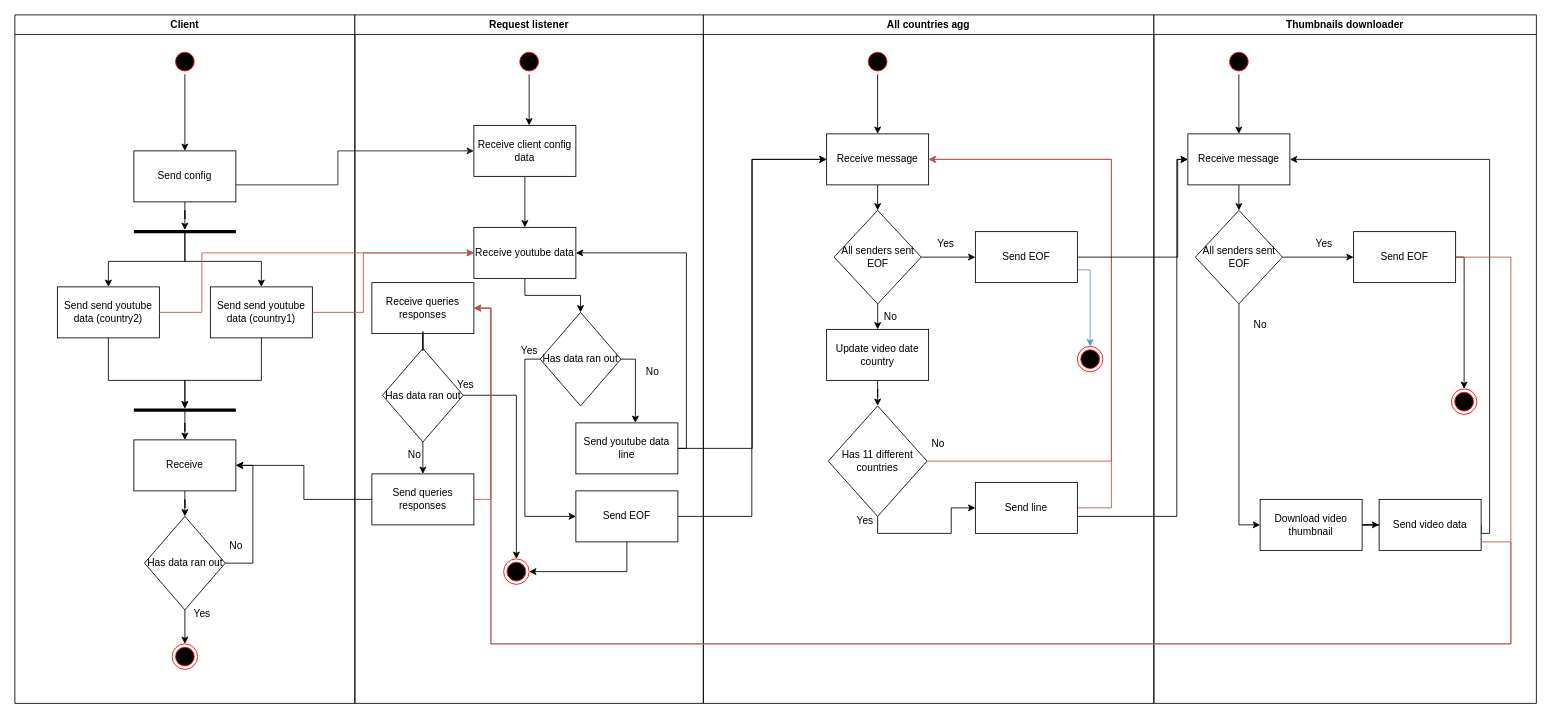
Earlier version of the draw.io diagram imgs/thumbnails_downloader_actividad.drawio (FrancoBar/Distribuidos-Tp2). Source tidied: cells renumbered, new cells numbered last; positions are measured from the earlier drawing's top-left corner, leaving out a move shared by most shapes. Both pictures are drawn from the tidied source at 85%, with x=0, y=0 at pixel (14, 14).
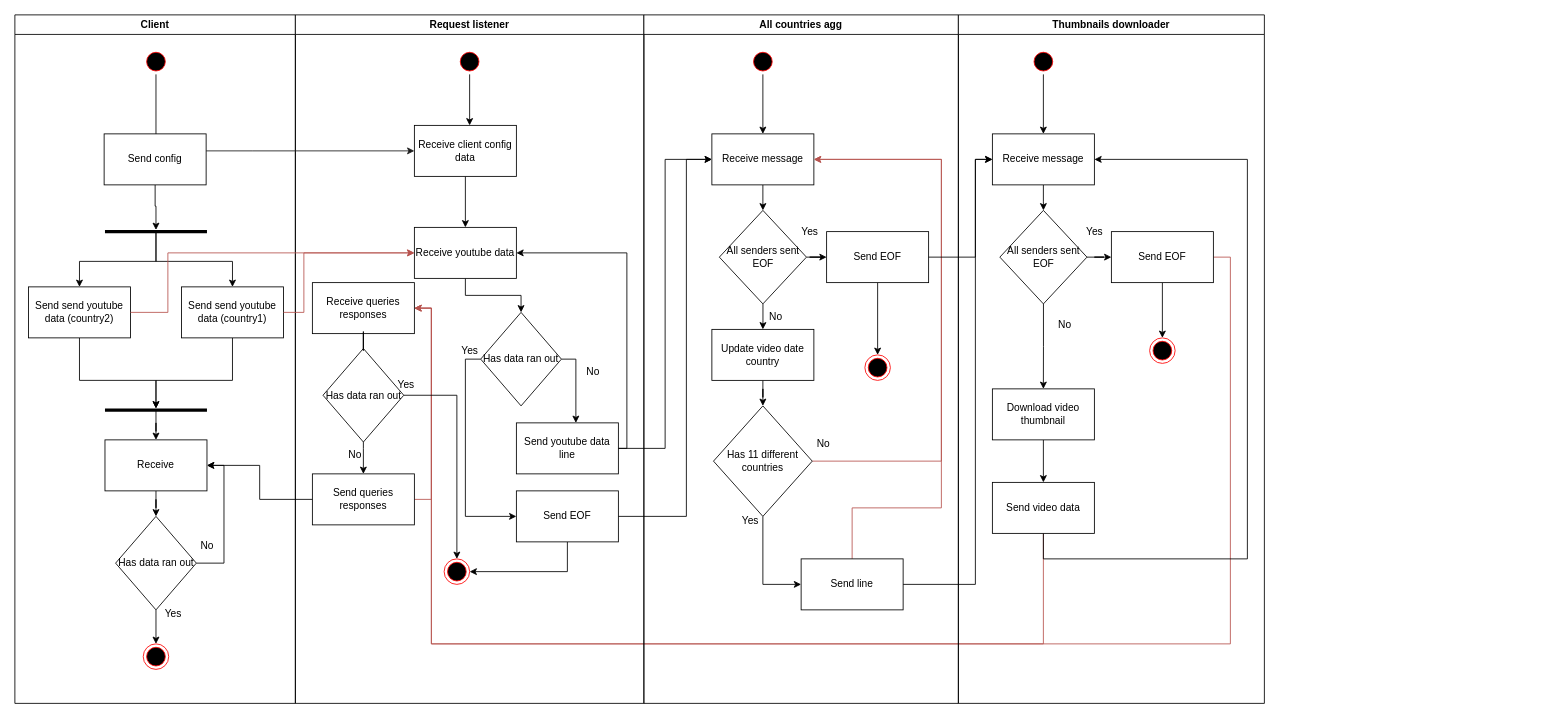
After the change.

Unchanged cells that the change refers to:
```xml
<mxCell id="28" value="Receive client config data" style="rounded=0;whiteSpace=wrap;html=1;" parent="24" vertex="1">
  <mxGeometry x="140" y="130" width="120" height="60" as="geometry" />
</mxCell>
<mxCell id="30" value="Receive youtube data" style="rounded=0;whiteSpace=wrap;html=1;" parent="24" vertex="1">
  <mxGeometry x="140" y="250" width="120" height="60" as="geometry" />
</mxCell>
<mxCell id="31" value="Receive queries responses" style="rounded=0;whiteSpace=wrap;html=1;" parent="24" vertex="1">
  <mxGeometry x="20" y="315" width="120" height="60" as="geometry" />
</mxCell>
<mxCell id="41" value="Send EOF" style="rounded=0;whiteSpace=wrap;html=1;" parent="24" vertex="1">
  <mxGeometry x="260" y="560" width="120" height="60" as="geometry" />
</mxCell>
<mxCell id="78" value="Receive message" style="rounded=0;whiteSpace=wrap;html=1;" parent="74" vertex="1">
  <mxGeometry x="40" y="140" width="120" height="60" as="geometry" />
</mxCell>
<mxCell id="81" value="All senders sent EOF" style="rhombus;whiteSpace=wrap;html=1;" parent="74" vertex="1">
  <mxGeometry x="48.8" y="230" width="102.5" height="110" as="geometry" />
</mxCell>
```

The edit, as a diff of the source:
```diff
@@
+    <mxCell id="92" style="edgeStyle=orthogonalEdgeStyle;rounded=0;jettySize=auto;html=1;entryX=1;entryY=0.5;entryDx=0;entryDy=0;strokeColor=#b85450;fillColor=#f8cecc;" parent="1" edge="1" source="83" target="31">
+      <mxGeometry relative="1" as="geometry">
+        <Array as="points">
+          <mxPoint x="1430" y="285" />
+          <mxPoint x="1430" y="740" />
+          <mxPoint x="490" y="740" />
+          <mxPoint x="490" y="345" />
+        </Array>
+      </mxGeometry>
+    </mxCell>
+    <mxCell id="98" style="edgeStyle=orthogonalEdgeStyle;rounded=0;jettySize=auto;html=1;strokeColor=#b85450;fillColor=#f8cecc;" parent="1" edge="1" source="89">
+      <mxGeometry relative="1" as="geometry">
+        <mxPoint x="470" y="345" as="targetPoint" />
+        <Array as="points">
+          <mxPoint x="1210" y="740" />
+          <mxPoint x="490" y="740" />
+          <mxPoint x="490" y="345" />
+        </Array>
+      </mxGeometry>
+    </mxCell>
     <mxCell id="2" value="Client" style="swimlane;" parent="1" vertex="1">
-      <mxGeometry width="400" height="810" as="geometry" />
+      <mxGeometry width="330" height="810" as="geometry" />
     </mxCell>
     <mxCell id="3" style="edgeStyle=orthogonalEdgeStyle;rounded=0;jettySize=auto;html=1;strokeColor=#000000;entryX=0.5;entryY=0;entryDx=0;entryDy=0;" parent="2" edge="1" source="4" target="13">
       <mxGeometry relative="1" as="geometry">
         <Array as="points">
-          <mxPoint x="200" y="160" />
+          <mxPoint x="166" y="160" />
         </Array>
       </mxGeometry>
     </mxCell>
     <mxCell id="4" style="ellipse;html=1;shape=startState;fillColor=#000000;strokeColor=#ff0000;" parent="2" vertex="1">
-      <mxGeometry x="185" y="40" width="30" height="30" as="geometry" />
+      <mxGeometry x="151" y="40" width="30" height="30" as="geometry" />
     </mxCell>
     <mxCell id="5" style="edgeStyle=orthogonalEdgeStyle;rounded=0;jettySize=auto;html=1;strokeColor=#000000;" parent="2" edge="1" source="6" target="10">
       <mxGeometry relative="1" as="geometry">
         <Array as="points">
-          <mxPoint x="110" y="430" />
-          <mxPoint x="200" y="430" />
+          <mxPoint x="76" y="430" />
+          <mxPoint x="166" y="430" />
         </Array>
       </mxGeometry>
     </mxCell>
     <mxCell id="6" value="Send send youtube data&amp;nbsp;(country2)" style="rounded=0;whiteSpace=wrap;html=1;" parent="2" vertex="1">
-      <mxGeometry x="50" y="320" width="120" height="60" as="geometry" />
+      <mxGeometry x="16" y="320" width="120" height="60" as="geometry" />
     </mxCell>
     <mxCell id="7" style="edgeStyle=orthogonalEdgeStyle;rounded=0;jettySize=auto;html=1;strokeColor=#000000;" parent="2" edge="1" source="8" target="10">
       <mxGeometry relative="1" as="geometry">
         <Array as="points">
-          <mxPoint x="290" y="430" />
-          <mxPoint x="200" y="430" />
+          <mxPoint x="256" y="430" />
+          <mxPoint x="166" y="430" />
         </Array>
       </mxGeometry>
     </mxCell>
     <mxCell id="8" value="Send send youtube data (country1)" style="rounded=0;whiteSpace=wrap;html=1;" parent="2" vertex="1">
-      <mxGeometry x="230" y="320" width="120" height="60" as="geometry" />
+      <mxGeometry x="196" y="320" width="120" height="60" as="geometry" />
     </mxCell>
@@
     <mxCell id="10" style="line;strokeWidth=4;html=1;perimeter=backbonePerimeter;points=[];outlineConnect=0;" parent="2" vertex="1">
-      <mxGeometry x="140" y="460" width="120" height="10" as="geometry" />
+      <mxGeometry x="106" y="460" width="120" height="10" as="geometry" />
     </mxCell>
     <mxCell id="11" style="ellipse;html=1;shape=endState;fillColor=#000000;strokeColor=#ff0000;" parent="2" vertex="1">
-      <mxGeometry x="185" y="740" width="30" height="30" as="geometry" />
+      <mxGeometry x="151" y="740" width="30" height="30" as="geometry" />
     </mxCell>
@@
     <mxCell id="13" value="Send config" style="rounded=0;whiteSpace=wrap;html=1;" parent="2" vertex="1">
-      <mxGeometry x="140" y="160" width="120" height="60" as="geometry" />
+      <mxGeometry x="105" y="140" width="120" height="60" as="geometry" />
     </mxCell>
     <mxCell id="14" style="edgeStyle=orthogonalEdgeStyle;rounded=0;jettySize=auto;html=1;entryX=0.5;entryY=0;entryDx=0;entryDy=0;" parent="2" edge="1" source="16" target="6">
       <mxGeometry relative="1" as="geometry">
         <Array as="points">
-          <mxPoint x="200" y="290" />
-          <mxPoint x="110" y="290" />
+          <mxPoint x="166" y="290" />
+          <mxPoint x="76" y="290" />
         </Array>
       </mxGeometry>
     </mxCell>
@@
     <mxCell id="16" style="line;strokeWidth=4;html=1;perimeter=backbonePerimeter;points=[];outlineConnect=0;" parent="2" vertex="1">
-      <mxGeometry x="140" y="250" width="120" height="10" as="geometry" />
+      <mxGeometry x="106" y="250" width="120" height="10" as="geometry" />
     </mxCell>
@@
     <mxCell id="18" value="Receive" style="rounded=0;whiteSpace=wrap;html=1;" parent="2" vertex="1">
-      <mxGeometry x="140" y="500" width="120" height="60" as="geometry" />
+      <mxGeometry x="106" y="500" width="120" height="60" as="geometry" />
     </mxCell>
@@
     <mxCell id="20" style="edgeStyle=orthogonalEdgeStyle;rounded=0;jettySize=auto;html=1;entryX=1;entryY=0.5;entryDx=0;entryDy=0;strokeColor=#000000;" parent="2" edge="1" source="21" target="18">
       <mxGeometry relative="1" as="geometry">
         <Array as="points">
-          <mxPoint x="280" y="645" />
-          <mxPoint x="280" y="530" />
+          <mxPoint x="246" y="645" />
+          <mxPoint x="246" y="530" />
         </Array>
       </mxGeometry>
     </mxCell>
     <mxCell id="21" value="Has data ran out" style="rhombus;whiteSpace=wrap;html=1;" parent="2" vertex="1">
-      <mxGeometry x="152.5" y="590" width="95" height="110" as="geometry" />
+      <mxGeometry x="118.5" y="590" width="95" height="110" as="geometry" />
     </mxCell>
     <mxCell id="22" value="Yes" style="text;html=1;align=center;verticalAlign=middle;strokeColor=none;fillColor=none;" parent="2" vertex="1">
-      <mxGeometry x="200" y="690" width="40" height="30" as="geometry" />
+      <mxGeometry x="166" y="690" width="40" height="30" as="geometry" />
     </mxCell>
     <mxCell id="23" value="No" style="text;html=1;align=center;verticalAlign=middle;strokeColor=none;fillColor=none;" parent="2" vertex="1">
-      <mxGeometry x="240" y="610" width="40" height="30" as="geometry" />
+      <mxGeometry x="206" y="610" width="40" height="30" as="geometry" />
     </mxCell>
     <mxCell id="24" value="Request listener" style="swimlane;" parent="1" vertex="1">
-      <mxGeometry x="400" width="410" height="810" as="geometry" />
+      <mxGeometry x="330" width="410" height="810" as="geometry" />
     </mxCell>
@@
     <mxCell id="50" style="edgeStyle=orthogonalEdgeStyle;rounded=0;jettySize=auto;html=1;entryX=0;entryY=0.5;entryDx=0;entryDy=0;strokeColor=#1A1A1A;fillColor=#f8cecc;" parent="1" edge="1" source="13" target="28">
       <mxGeometry relative="1" as="geometry">
         <Array as="points">
-          <mxPoint x="380" y="200" />
-          <mxPoint x="380" y="160" />
+          <mxPoint x="280" y="160" />
+          <mxPoint x="280" y="160" />
         </Array>
       </mxGeometry>
     </mxCell>
     <mxCell id="51" style="edgeStyle=orthogonalEdgeStyle;rounded=0;jettySize=auto;html=1;entryX=0;entryY=0.5;entryDx=0;entryDy=0;strokeColor=#b85450;fillColor=#f8cecc;" parent="1" edge="1" source="8" target="30">
       <mxGeometry relative="1" as="geometry">
         <Array as="points">
-          <mxPoint x="410" y="350" />
-          <mxPoint x="410" y="280" />
+          <mxPoint x="340" y="350" />
+          <mxPoint x="340" y="280" />
         </Array>
       </mxGeometry>
     </mxCell>
     <mxCell id="52" value="All countries agg" style="swimlane;" parent="1" vertex="1">
-      <mxGeometry x="810" width="530" height="810" as="geometry" />
+      <mxGeometry x="740" width="370" height="810" as="geometry" />
     </mxCell>
@@
     <mxCell id="54" style="ellipse;html=1;shape=startState;fillColor=#000000;strokeColor=#ff0000;" parent="52" vertex="1">
-      <mxGeometry x="190" y="40" width="30" height="30" as="geometry" />
+      <mxGeometry x="125" y="40" width="30" height="30" as="geometry" />
     </mxCell>
@@
     <mxCell id="56" value="Receive message" style="rounded=0;whiteSpace=wrap;html=1;" parent="52" vertex="1">
-      <mxGeometry x="145" y="140" width="120" height="60" as="geometry" />
+      <mxGeometry x="80" y="140" width="120" height="60" as="geometry" />
     </mxCell>
@@
     <mxCell id="59" value="All senders sent EOF" style="rhombus;whiteSpace=wrap;html=1;" parent="52" vertex="1">
-      <mxGeometry x="153.8" y="230" width="102.5" height="110" as="geometry" />
+      <mxGeometry x="88.8" y="230" width="102.5" height="110" as="geometry" />
     </mxCell>
-    <mxCell id="60" style="edgeStyle=orthogonalEdgeStyle;rounded=0;jettySize=auto;html=1;strokeColor=#6c8ebf;fillColor=#dae8fc;" parent="52" edge="1" source="61" target="70">
-      <mxGeometry relative="1" as="geometry">
-        <Array as="points">
-          <mxPoint x="455" y="300" />
-        </Array>
-      </mxGeometry>
+    <mxCell id="60" style="edgeStyle=orthogonalEdgeStyle;rounded=0;jettySize=auto;html=1;entryX=0.5;entryY=0;entryDx=0;entryDy=0;" parent="52" edge="1" source="61" target="70">
+      <mxGeometry relative="1" as="geometry" />
     </mxCell>
     <mxCell id="61" value="Send EOF" style="rounded=0;whiteSpace=wrap;html=1;" parent="52" vertex="1">
-      <mxGeometry x="320" y="255" width="120" height="60" as="geometry" />
+      <mxGeometry x="215" y="255" width="120" height="60" as="geometry" />
     </mxCell>
     <mxCell id="62" value="Yes" style="text;html=1;align=center;verticalAlign=middle;strokeColor=none;fillColor=none;" parent="52" vertex="1">
-      <mxGeometry x="265" y="255" width="40" height="30" as="geometry" />
+      <mxGeometry x="175" y="240" width="40" height="30" as="geometry" />
     </mxCell>
@@
     <mxCell id="64" style="edgeStyle=orthogonalEdgeStyle;rounded=0;jettySize=auto;html=1;entryX=1;entryY=0.5;entryDx=0;entryDy=0;strokeColor=#b85450;fillColor=#f8cecc;" parent="52" edge="1" source="65" target="56">
       <mxGeometry relative="1" as="geometry">
         <Array as="points">
-          <mxPoint x="480" y="525" />
-          <mxPoint x="480" y="170" />
+          <mxPoint x="350" y="525" />
+          <mxPoint x="350" y="170" />
         </Array>
       </mxGeometry>
     </mxCell>
     <mxCell id="65" value="Has 11 different countries" style="rhombus;whiteSpace=wrap;html=1;" parent="52" vertex="1">
-      <mxGeometry x="146.9" y="460" width="116.2" height="130" as="geometry" />
+      <mxGeometry x="81.9" y="460" width="116.2" height="130" as="geometry" />
     </mxCell>
     <mxCell id="66" value="No" style="text;html=1;align=center;verticalAlign=middle;strokeColor=none;fillColor=none;" parent="52" vertex="1">
-      <mxGeometry x="200" y="340" width="40" height="30" as="geometry" />
+      <mxGeometry x="135" y="340" width="40" height="30" as="geometry" />
     </mxCell>
     <mxCell id="67" style="edgeStyle=orthogonalEdgeStyle;rounded=0;jettySize=auto;html=1;entryX=1;entryY=0.5;entryDx=0;entryDy=0;strokeColor=#b85450;fillColor=#f8cecc;" parent="52" edge="1" source="68" target="56">
       <mxGeometry relative="1" as="geometry">
         <Array as="points">
-          <mxPoint x="480" y="580" />
-          <mxPoint x="480" y="170" />
+          <mxPoint x="245" y="580" />
+          <mxPoint x="350" y="580" />
+          <mxPoint x="350" y="170" />
         </Array>
       </mxGeometry>
     </mxCell>
     <mxCell id="68" value="Send line" style="rounded=0;whiteSpace=wrap;html=1;" parent="52" vertex="1">
-      <mxGeometry x="320" y="550" width="120" height="60" as="geometry" />
+      <mxGeometry x="185" y="640" width="120" height="60" as="geometry" />
     </mxCell>
     <mxCell id="69" value="Yes" style="text;html=1;align=center;verticalAlign=middle;strokeColor=none;fillColor=none;" parent="52" vertex="1">
-      <mxGeometry x="170" y="580" width="40" height="30" as="geometry" />
+      <mxGeometry x="105" y="580" width="40" height="30" as="geometry" />
     </mxCell>
     <mxCell id="70" style="ellipse;html=1;shape=endState;fillColor=#000000;strokeColor=#ff0000;" parent="52" vertex="1">
-      <mxGeometry x="440" y="390" width="30" height="30" as="geometry" />
+      <mxGeometry x="260" y="400" width="30" height="30" as="geometry" />
     </mxCell>
@@
     <mxCell id="72" value="Update video date country" style="rounded=0;whiteSpace=wrap;html=1;" parent="52" vertex="1">
-      <mxGeometry x="145" y="370" width="120" height="60" as="geometry" />
+      <mxGeometry x="80" y="370" width="120" height="60" as="geometry" />
     </mxCell>
     <mxCell id="73" value="No" style="text;html=1;align=center;verticalAlign=middle;strokeColor=none;fillColor=none;" parent="52" vertex="1">
-      <mxGeometry x="256.2" y="490" width="40" height="30" as="geometry" />
+      <mxGeometry x="191.2" y="490" width="40" height="30" as="geometry" />
     </mxCell>
     <mxCell id="74" value="Thumbnails downloader" style="swimlane;startSize=23;" parent="1" vertex="1">
-      <mxGeometry x="1340" width="450" height="810" as="geometry" />
+      <mxGeometry x="1110" width="360" height="810" as="geometry" />
     </mxCell>
@@
-    <mxCell id="80" style="edgeStyle=orthogonalEdgeStyle;rounded=0;jettySize=auto;html=1;entryX=0;entryY=0.5;entryDx=0;entryDy=0;" parent="74" edge="1" source="81" target="88">
+    <mxCell id="80" style="edgeStyle=orthogonalEdgeStyle;rounded=0;jettySize=auto;html=1;entryX=0.5;entryY=0;entryDx=0;entryDy=0;" parent="74" edge="1" source="81" target="88">
       <mxGeometry relative="1" as="geometry" />
     </mxCell>
@@
-    <mxCell id="82" style="edgeStyle=orthogonalEdgeStyle;rounded=0;jettySize=auto;html=1;entryX=0.5;entryY=0;entryDx=0;entryDy=0;strokeColor=#000000;" parent="74" edge="1" source="83" target="90">
-      <mxGeometry relative="1" as="geometry">
-        <Array as="points">
-          <mxPoint x="365" y="285" />
-          <mxPoint x="365" y="420" />
-        </Array>
-      </mxGeometry>
+    <mxCell id="82" style="edgeStyle=orthogonalEdgeStyle;rounded=0;jettySize=auto;html=1;entryX=0.5;entryY=0;entryDx=0;entryDy=0;" parent="74" edge="1" source="83" target="90">
+      <mxGeometry relative="1" as="geometry" />
     </mxCell>
     <mxCell id="83" value="Send EOF" style="rounded=0;whiteSpace=wrap;html=1;" parent="74" vertex="1">
-      <mxGeometry x="235" y="255" width="120" height="60" as="geometry" />
+      <mxGeometry x="180" y="255" width="120" height="60" as="geometry" />
     </mxCell>
     <mxCell id="84" value="Yes" style="text;html=1;align=center;verticalAlign=middle;strokeColor=none;fillColor=none;" parent="74" vertex="1">
-      <mxGeometry x="180" y="255" width="40" height="30" as="geometry" />
+      <mxGeometry x="140" y="240" width="40" height="30" as="geometry" />
     </mxCell>
@@
-    <mxCell id="86" style="edgeStyle=orthogonalEdgeStyle;rounded=0;jettySize=auto;html=1;entryX=1;entryY=0.5;entryDx=0;entryDy=0;strokeColor=#000000;" parent="74" edge="1" target="78">
-      <mxGeometry relative="1" as="geometry">
-        <mxPoint x="385" y="600" as="sourcePoint" />
-        <Array as="points">
-          <mxPoint x="385" y="610" />
-          <mxPoint x="395" y="610" />
-          <mxPoint x="395" y="170" />
-        </Array>
-      </mxGeometry>
-    </mxCell>
-    <mxCell id="87" style="edgeStyle=orthogonalEdgeStyle;rounded=0;jettySize=auto;html=1;entryX=0;entryY=0.5;entryDx=0;entryDy=0;" parent="74" edge="1" source="88" target="89">
+    <mxCell id="87" style="edgeStyle=orthogonalEdgeStyle;rounded=0;jettySize=auto;html=1;entryX=0.5;entryY=0;entryDx=0;entryDy=0;" parent="74" edge="1" source="88" target="89">
       <mxGeometry relative="1" as="geometry" />
     </mxCell>
     <mxCell id="88" value="Download video thumbnail" style="rounded=0;whiteSpace=wrap;html=1;" parent="74" vertex="1">
-      <mxGeometry x="125" y="570" width="120" height="60" as="geometry" />
+      <mxGeometry x="40" y="440" width="120" height="60" as="geometry" />
     </mxCell>
+    <mxCell id="99" style="edgeStyle=orthogonalEdgeStyle;rounded=0;jettySize=auto;html=1;entryX=1;entryY=0.5;entryDx=0;entryDy=0;" parent="74" edge="1" source="89" target="78">
+      <mxGeometry relative="1" as="geometry">
+        <Array as="points">
+          <mxPoint x="340" y="640" />
+          <mxPoint x="340" y="170" />
+        </Array>
+      </mxGeometry>
+    </mxCell>
     <mxCell id="89" value="Send video data" style="rounded=0;whiteSpace=wrap;html=1;" parent="74" vertex="1">
-      <mxGeometry x="265" y="570" width="120" height="60" as="geometry" />
+      <mxGeometry x="40" y="550" width="120" height="60" as="geometry" />
     </mxCell>
     <mxCell id="90" style="ellipse;html=1;shape=endState;fillColor=#000000;strokeColor=#ff0000;" parent="74" vertex="1">
-      <mxGeometry x="350" y="440" width="30" height="30" as="geometry" />
+      <mxGeometry x="225" y="380" width="30" height="30" as="geometry" />
     </mxCell>
     <mxCell id="91" style="edgeStyle=orthogonalEdgeStyle;rounded=0;jettySize=auto;html=1;entryX=0;entryY=0.5;entryDx=0;entryDy=0;strokeColor=#000000;" parent="1" edge="1" source="61" target="78">
       <mxGeometry relative="1" as="geometry">
         <Array as="points">
-          <mxPoint x="1368" y="285" />
-          <mxPoint x="1368" y="170" />
+          <mxPoint x="1130" y="285" />
+          <mxPoint x="1130" y="170" />
         </Array>
       </mxGeometry>
     </mxCell>
-    <mxCell id="92" style="edgeStyle=orthogonalEdgeStyle;rounded=0;jettySize=auto;html=1;entryX=1;entryY=0.5;entryDx=0;entryDy=0;strokeColor=#b85450;fillColor=#f8cecc;" parent="1" edge="1" source="83" target="31">
-      <mxGeometry relative="1" as="geometry">
-        <Array as="points">
-          <mxPoint x="1760" y="285" />
-          <mxPoint x="1760" y="740" />
-          <mxPoint x="560" y="740" />
-          <mxPoint x="560" y="345" />
-        </Array>
-      </mxGeometry>
-    </mxCell>
     <mxCell id="93" style="edgeStyle=orthogonalEdgeStyle;rounded=0;jettySize=auto;html=1;entryX=0;entryY=0.5;entryDx=0;entryDy=0;" parent="1" edge="1" source="68" target="78">
       <mxGeometry relative="1" as="geometry">
         <Array as="points">
-          <mxPoint x="1367" y="590" />
-          <mxPoint x="1367" y="170" />
+          <mxPoint x="1130" y="670" />
+          <mxPoint x="1130" y="170" />
         </Array>
       </mxGeometry>
     </mxCell>
@@
     <mxCell id="95" style="edgeStyle=orthogonalEdgeStyle;rounded=0;jettySize=auto;html=1;entryX=0;entryY=0.5;entryDx=0;entryDy=0;strokeColor=#b85450;fillColor=#f8cecc;" parent="1" edge="1" source="6" target="30">
       <mxGeometry relative="1" as="geometry">
         <Array as="points">
-          <mxPoint x="220" y="350" />
-          <mxPoint x="220" y="280" />
+          <mxPoint x="180" y="350" />
+          <mxPoint x="180" y="280" />
         </Array>
       </mxGeometry>
     </mxCell>
@@
     <mxCell id="97" style="edgeStyle=orthogonalEdgeStyle;rounded=0;jettySize=auto;html=1;entryX=0;entryY=0.5;entryDx=0;entryDy=0;strokeColor=#000000;" parent="1" edge="1" source="41" target="56">
       <mxGeometry relative="1" as="geometry">
         <Array as="points">
-          <mxPoint x="867" y="590" />
-          <mxPoint x="867" y="170" />
+          <mxPoint x="790" y="590" />
+          <mxPoint x="790" y="170" />
         </Array>
       </mxGeometry>
     </mxCell>
-    <mxCell id="98" style="edgeStyle=orthogonalEdgeStyle;rounded=0;jettySize=auto;html=1;strokeColor=#b85450;fillColor=#f8cecc;" parent="1" edge="1" source="89">
-      <mxGeometry relative="1" as="geometry">
-        <mxPoint x="540" y="345" as="targetPoint" />
-        <Array as="points">
-          <mxPoint x="1760" y="620" />
-          <mxPoint x="1760" y="740" />
-          <mxPoint x="560" y="740" />
-          <mxPoint x="560" y="345" />
-        </Array>
-      </mxGeometry>
-    </mxCell>
```
